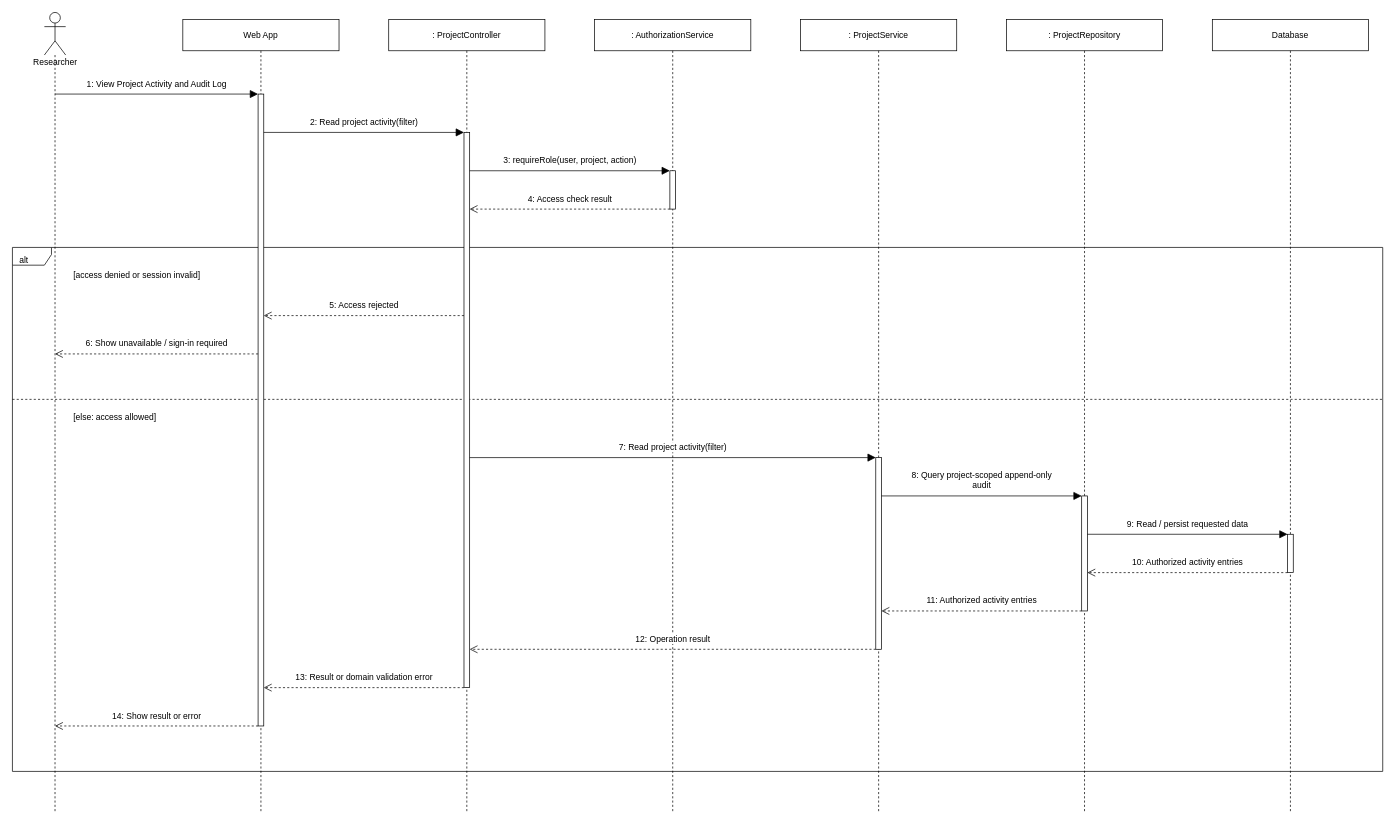
The draw.io diagram page "View Project Activity and Audit Log" (11 of 12) of diagrams/08-sequence/02-project-workspace/Sequence-Diagrams-Project-Workspace.drawio in openai-scientist/docs, before the edit. Source tidied: cells renumbered, new cells numbered last; positions are measured from the earlier drawing's top-left corner, leaving out a move shared by most shapes. Both pictures are drawn from the tidied source at 71%, with x=0, y=0 at pixel (12, 12).
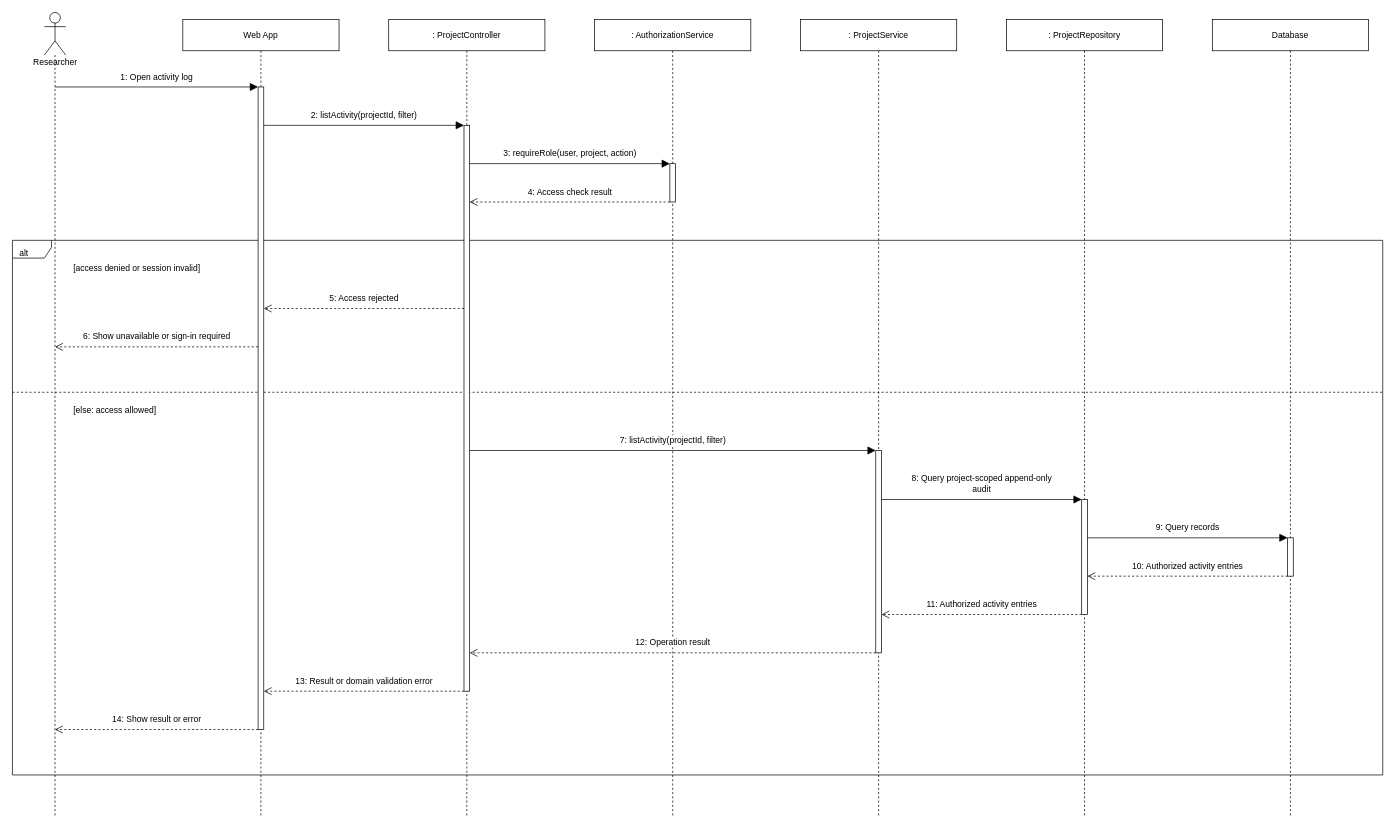
The same page after the edit.

Diff of the diagram source:
```diff
@@
     <mxCell id="2" value="alt" style="html=1;fontFamily=Arial;fontSize=12;fontColor=#000000;strokeColor=#000000;strokeWidth=1;fillColor=#FFFFFF;shape=umlFrame;fillColor=none;width=55;height=25;align=left;verticalAlign=top;spacingLeft=8;spacingTop=5;" parent="1" vertex="1">
-      <mxGeometry y="331" width="1930" height="738" as="geometry" />
+      <mxGeometry y="321" width="1930" height="753" as="geometry" />
     </mxCell>
     <mxCell id="3" value="[access denied or session invalid]" style="html=1;fontFamily=Arial;fontSize=12;fontColor=#000000;strokeColor=#000000;strokeWidth=1;fillColor=#FFFFFF;text;strokeColor=none;fillColor=none;align=left;verticalAlign=top;" parent="1" vertex="1">
-      <mxGeometry x="84" y="357" width="1831" height="30" as="geometry" />
+      <mxGeometry x="84" y="347" width="1831" height="30" as="geometry" />
     </mxCell>
     <mxCell id="4" value="[else: access allowed]" style="html=1;fontFamily=Arial;fontSize=12;fontColor=#000000;strokeColor=#000000;strokeWidth=1;fillColor=#FFFFFF;text;strokeColor=none;fillColor=none;align=left;verticalAlign=top;" parent="1" vertex="1">
-      <mxGeometry x="84" y="557" width="1831" height="30" as="geometry" />
+      <mxGeometry x="84" y="547" width="1831" height="30" as="geometry" />
     </mxCell>
     <mxCell id="5" style="html=1;fontFamily=Arial;fontSize=12;fontColor=#000000;strokeColor=#000000;strokeWidth=1;fillColor=#FFFFFF;dashed=1;endArrow=none;" parent="1" edge="1">
       <mxGeometry relative="1" as="geometry">
-        <mxPoint y="545" as="sourcePoint" />
-        <mxPoint x="1930" y="545" as="targetPoint" />
+        <mxPoint y="535" as="sourcePoint" />
+        <mxPoint x="1930" y="535" as="targetPoint" />
       </mxGeometry>
     </mxCell>
     <mxCell id="6" value="Researcher" style="html=1;fontFamily=Arial;fontSize=12;fontColor=#000000;strokeColor=#000000;strokeWidth=1;fillColor=#FFFFFF;shape=umlLifeline;participant=umlActor;size=60;perimeter=lifelinePerimeter;verticalAlign=bottom;spacingBottom=-20;" parent="1" vertex="1">
-      <mxGeometry x="45" width="30" height="1127" as="geometry" />
+      <mxGeometry x="45" width="30" height="1132" as="geometry" />
     </mxCell>
     <mxCell id="7" value="Web App" style="html=1;fontFamily=Arial;fontSize=12;fontColor=#000000;strokeColor=#000000;strokeWidth=1;fillColor=#FFFFFF;shape=umlLifeline;size=44;perimeter=lifelinePerimeter;whiteSpace=wrap;" parent="1" vertex="1">
-      <mxGeometry x="240" y="10" width="220" height="1117" as="geometry" />
+      <mxGeometry x="240" y="10" width="220" height="1122" as="geometry" />
     </mxCell>
     <mxCell id="8" value=": ProjectController" style="html=1;fontFamily=Arial;fontSize=12;fontColor=#000000;strokeColor=#000000;strokeWidth=1;fillColor=#FFFFFF;shape=umlLifeline;size=44;perimeter=lifelinePerimeter;whiteSpace=wrap;" parent="1" vertex="1">
-      <mxGeometry x="530" y="10" width="220" height="1117" as="geometry" />
+      <mxGeometry x="530" y="10" width="220" height="1122" as="geometry" />
     </mxCell>
     <mxCell id="9" value=": AuthorizationService" style="html=1;fontFamily=Arial;fontSize=12;fontColor=#000000;strokeColor=#000000;strokeWidth=1;fillColor=#FFFFFF;shape=umlLifeline;size=44;perimeter=lifelinePerimeter;whiteSpace=wrap;" parent="1" vertex="1">
-      <mxGeometry x="820" y="10" width="220" height="1117" as="geometry" />
+      <mxGeometry x="820" y="10" width="220" height="1122" as="geometry" />
     </mxCell>
     <mxCell id="10" value=": ProjectService" style="html=1;fontFamily=Arial;fontSize=12;fontColor=#000000;strokeColor=#000000;strokeWidth=1;fillColor=#FFFFFF;shape=umlLifeline;size=44;perimeter=lifelinePerimeter;whiteSpace=wrap;" parent="1" vertex="1">
-      <mxGeometry x="1110" y="10" width="220" height="1117" as="geometry" />
+      <mxGeometry x="1110" y="10" width="220" height="1122" as="geometry" />
     </mxCell>
     <mxCell id="11" value=": ProjectRepository" style="html=1;fontFamily=Arial;fontSize=12;fontColor=#000000;strokeColor=#000000;strokeWidth=1;fillColor=#FFFFFF;shape=umlLifeline;size=44;perimeter=lifelinePerimeter;whiteSpace=wrap;" parent="1" vertex="1">
-      <mxGeometry x="1400" y="10" width="220" height="1117" as="geometry" />
+      <mxGeometry x="1400" y="10" width="220" height="1122" as="geometry" />
     </mxCell>
     <mxCell id="12" value="Database" style="html=1;fontFamily=Arial;fontSize=12;fontColor=#000000;strokeColor=#000000;strokeWidth=1;fillColor=#FFFFFF;shape=umlLifeline;size=44;perimeter=lifelinePerimeter;whiteSpace=wrap;" parent="1" vertex="1">
-      <mxGeometry x="1690" y="10" width="220" height="1117" as="geometry" />
+      <mxGeometry x="1690" y="10" width="220" height="1122" as="geometry" />
     </mxCell>
     <mxCell id="13" style="html=1;fontFamily=Arial;fontSize=12;fontColor=#000000;strokeColor=#000000;strokeWidth=1;fillColor=#FFFFFF;" parent="7" vertex="1">
-      <mxGeometry x="106" y="105" width="8" height="890" as="geometry" />
+      <mxGeometry x="106" y="95" width="8" height="905" as="geometry" />
     </mxCell>
     <mxCell id="14" style="html=1;fontFamily=Arial;fontSize=12;fontColor=#000000;strokeColor=#000000;strokeWidth=1;fillColor=#FFFFFF;" parent="8" vertex="1">
-      <mxGeometry x="106" y="159" width="8" height="782" as="geometry" />
+      <mxGeometry x="106" y="149" width="8" height="797" as="geometry" />
     </mxCell>
     <mxCell id="15" style="html=1;fontFamily=Arial;fontSize=12;fontColor=#000000;strokeColor=#000000;strokeWidth=1;fillColor=#FFFFFF;" parent="9" vertex="1">
-      <mxGeometry x="106" y="213" width="8" height="54" as="geometry" />
+      <mxGeometry x="106" y="203" width="8" height="54" as="geometry" />
     </mxCell>
     <mxCell id="16" style="html=1;fontFamily=Arial;fontSize=12;fontColor=#000000;strokeColor=#000000;strokeWidth=1;fillColor=#FFFFFF;" parent="10" vertex="1">
-      <mxGeometry x="106" y="617" width="8" height="270" as="geometry" />
+      <mxGeometry x="106" y="607" width="8" height="285" as="geometry" />
     </mxCell>
     <mxCell id="17" style="html=1;fontFamily=Arial;fontSize=12;fontColor=#000000;strokeColor=#000000;strokeWidth=1;fillColor=#FFFFFF;" parent="11" vertex="1">
-      <mxGeometry x="106" y="671" width="8" height="162" as="geometry" />
+      <mxGeometry x="106" y="676" width="8" height="162" as="geometry" />
     </mxCell>
     <mxCell id="18" style="html=1;fontFamily=Arial;fontSize=12;fontColor=#000000;strokeColor=#000000;strokeWidth=1;fillColor=#FFFFFF;" parent="12" vertex="1">
-      <mxGeometry x="106" y="725" width="8" height="54" as="geometry" />
+      <mxGeometry x="106" y="730" width="8" height="54" as="geometry" />
     </mxCell>
-    <mxCell id="19" value="1: View Project Activity and Audit Log" style="html=1;fontFamily=Arial;fontSize=12;fontColor=#000000;strokeColor=#000000;strokeWidth=1;fillColor=#FFFFFF;edgeStyle=none;rounded=0;endSize=9;endArrow=block;endFill=1;labelBackgroundColor=#FFFFFF;verticalAlign=bottom;spacingBottom=5;exitX=0.5;exitY=0.10204081632653061;entryX=0;entryY=0.0;exitPerimeter=0;entryPerimeter=0;" parent="1" edge="1" source="6" target="13">
+    <mxCell id="19" value="1: Open activity log" style="html=1;fontFamily=Arial;fontSize=12;fontColor=#000000;strokeColor=#000000;strokeWidth=1;fillColor=#FFFFFF;edgeStyle=none;rounded=0;endSize=9;endArrow=block;endFill=1;labelBackgroundColor=#FFFFFF;verticalAlign=bottom;spacingBottom=5;exitX=0.5;exitY=0.09275618374558305;entryX=0;entryY=0.0;exitPerimeter=0;entryPerimeter=0;" parent="1" edge="1" source="6" target="13">
       <mxGeometry relative="1" as="geometry" />
     </mxCell>
-    <mxCell id="20" value="2: Read project activity(filter)" style="html=1;fontFamily=Arial;fontSize=12;fontColor=#000000;strokeColor=#000000;strokeWidth=1;fillColor=#FFFFFF;edgeStyle=none;rounded=0;endSize=9;endArrow=block;endFill=1;labelBackgroundColor=#FFFFFF;verticalAlign=bottom;spacingBottom=5;exitX=1;exitY=0.060674157303370786;entryX=0;entryY=0.0;exitPerimeter=0;entryPerimeter=0;" parent="1" edge="1" source="13" target="14">
+    <mxCell id="20" value="2: listActivity(projectId, filter)" style="html=1;fontFamily=Arial;fontSize=12;fontColor=#000000;strokeColor=#000000;strokeWidth=1;fillColor=#FFFFFF;edgeStyle=none;rounded=0;endSize=9;endArrow=block;endFill=1;labelBackgroundColor=#FFFFFF;verticalAlign=bottom;spacingBottom=5;exitX=1;exitY=0.05966850828729282;entryX=0;entryY=0.0;exitPerimeter=0;entryPerimeter=0;" parent="1" edge="1" source="13" target="14">
       <mxGeometry relative="1" as="geometry" />
     </mxCell>
-    <mxCell id="21" value="3: requireRole(user, project, action)" style="html=1;fontFamily=Arial;fontSize=12;fontColor=#000000;strokeColor=#000000;strokeWidth=1;fillColor=#FFFFFF;edgeStyle=none;rounded=0;endSize=9;endArrow=block;endFill=1;labelBackgroundColor=#FFFFFF;verticalAlign=bottom;spacingBottom=5;exitX=1;exitY=0.06905370843989769;entryX=0;entryY=0.0;exitPerimeter=0;entryPerimeter=0;" parent="1" edge="1" source="14" target="15">
+    <mxCell id="21" value="3: requireRole(user, project, action)" style="html=1;fontFamily=Arial;fontSize=12;fontColor=#000000;strokeColor=#000000;strokeWidth=1;fillColor=#FFFFFF;edgeStyle=none;rounded=0;endSize=9;endArrow=block;endFill=1;labelBackgroundColor=#FFFFFF;verticalAlign=bottom;spacingBottom=5;exitX=1;exitY=0.06775407779171895;entryX=0;entryY=0.0;exitPerimeter=0;entryPerimeter=0;" parent="1" edge="1" source="14" target="15">
       <mxGeometry relative="1" as="geometry" />
     </mxCell>
-    <mxCell id="22" value="4: Access check result" style="html=1;fontFamily=Arial;fontSize=12;fontColor=#000000;strokeColor=#000000;strokeWidth=1;fillColor=#FFFFFF;edgeStyle=none;rounded=0;endSize=9;dashed=1;endArrow=open;endFill=0;labelBackgroundColor=#FFFFFF;verticalAlign=bottom;spacingBottom=5;exitX=0;exitY=1.0;entryX=1;entryY=0.13810741687979539;exitPerimeter=0;entryPerimeter=0;" parent="1" edge="1" source="15" target="14">
+    <mxCell id="22" value="4: Access check result" style="html=1;fontFamily=Arial;fontSize=12;fontColor=#000000;strokeColor=#000000;strokeWidth=1;fillColor=#FFFFFF;edgeStyle=none;rounded=0;endSize=9;dashed=1;endArrow=open;endFill=0;labelBackgroundColor=#FFFFFF;verticalAlign=bottom;spacingBottom=5;exitX=0;exitY=1.0;entryX=1;entryY=0.1355081555834379;exitPerimeter=0;entryPerimeter=0;" parent="1" edge="1" source="15" target="14">
       <mxGeometry relative="1" as="geometry" />
     </mxCell>
-    <mxCell id="23" value="5: Access rejected" style="html=1;fontFamily=Arial;fontSize=12;fontColor=#000000;strokeColor=#000000;strokeWidth=1;fillColor=#FFFFFF;edgeStyle=none;rounded=0;endSize=9;dashed=1;endArrow=open;endFill=0;labelBackgroundColor=#FFFFFF;verticalAlign=bottom;spacingBottom=5;exitX=0;exitY=0.329923273657289;entryX=1;entryY=0.350561797752809;exitPerimeter=0;entryPerimeter=0;" parent="1" edge="1" source="14" target="13">
+    <mxCell id="23" value="5: Access rejected" style="html=1;fontFamily=Arial;fontSize=12;fontColor=#000000;strokeColor=#000000;strokeWidth=1;fillColor=#FFFFFF;edgeStyle=none;rounded=0;endSize=9;dashed=1;endArrow=open;endFill=0;labelBackgroundColor=#FFFFFF;verticalAlign=bottom;spacingBottom=5;exitX=0;exitY=0.3237139272271016;entryX=1;entryY=0.3447513812154696;exitPerimeter=0;entryPerimeter=0;" parent="1" edge="1" source="14" target="13">
       <mxGeometry relative="1" as="geometry" />
     </mxCell>
-    <mxCell id="24" value="6: Show unavailable / sign-in required" style="html=1;fontFamily=Arial;fontSize=12;fontColor=#000000;strokeColor=#000000;strokeWidth=1;fillColor=#FFFFFF;edgeStyle=none;rounded=0;endSize=9;dashed=1;endArrow=open;endFill=0;labelBackgroundColor=#FFFFFF;verticalAlign=bottom;spacingBottom=5;exitX=0;exitY=0.41123595505617977;entryX=0.5;entryY=0.42679680567879325;exitPerimeter=0;entryPerimeter=0;" parent="1" edge="1" source="13" target="6">
+    <mxCell id="24" value="6: Show unavailable or sign-in required" style="html=1;fontFamily=Arial;fontSize=12;fontColor=#000000;strokeColor=#000000;strokeWidth=1;fillColor=#FFFFFF;edgeStyle=none;rounded=0;endSize=9;dashed=1;endArrow=open;endFill=0;labelBackgroundColor=#FFFFFF;verticalAlign=bottom;spacingBottom=5;exitX=0;exitY=0.4044198895027624;entryX=0.5;entryY=0.4160777385159011;exitPerimeter=0;entryPerimeter=0;" parent="1" edge="1" source="13" target="6">
       <mxGeometry relative="1" as="geometry" />
     </mxCell>
-    <mxCell id="25" value="7: Read project activity(filter)" style="html=1;fontFamily=Arial;fontSize=12;fontColor=#000000;strokeColor=#000000;strokeWidth=1;fillColor=#FFFFFF;edgeStyle=none;rounded=0;endSize=9;endArrow=block;endFill=1;labelBackgroundColor=#FFFFFF;verticalAlign=bottom;spacingBottom=5;exitX=1;exitY=0.5856777493606138;entryX=0;entryY=0.0;exitPerimeter=0;entryPerimeter=0;" parent="1" edge="1" source="14" target="16">
+    <mxCell id="25" value="7: listActivity(projectId, filter)" style="html=1;fontFamily=Arial;fontSize=12;fontColor=#000000;strokeColor=#000000;strokeWidth=1;fillColor=#FFFFFF;edgeStyle=none;rounded=0;endSize=9;endArrow=block;endFill=1;labelBackgroundColor=#FFFFFF;verticalAlign=bottom;spacingBottom=5;exitX=1;exitY=0.5746549560853199;entryX=0;entryY=0.0;exitPerimeter=0;entryPerimeter=0;" parent="1" edge="1" source="14" target="16">
       <mxGeometry relative="1" as="geometry" />
     </mxCell>
-    <mxCell id="26" value="8: Query project-scoped append-only&lt;br&gt;audit" style="html=1;fontFamily=Arial;fontSize=12;fontColor=#000000;strokeColor=#000000;strokeWidth=1;fillColor=#FFFFFF;edgeStyle=none;rounded=0;endSize=9;endArrow=block;endFill=1;labelBackgroundColor=#FFFFFF;verticalAlign=bottom;spacingBottom=5;exitX=1;exitY=0.2;entryX=0;entryY=0.0;exitPerimeter=0;entryPerimeter=0;" parent="1" edge="1" source="16" target="17">
+    <mxCell id="26" value="8: Query project-scoped append-only&lt;br&gt;audit" style="html=1;fontFamily=Arial;fontSize=12;fontColor=#000000;strokeColor=#000000;strokeWidth=1;fillColor=#FFFFFF;edgeStyle=none;rounded=0;endSize=9;endArrow=block;endFill=1;labelBackgroundColor=#FFFFFF;verticalAlign=bottom;spacingBottom=5;exitX=1;exitY=0.24210526315789474;entryX=0;entryY=0.0;exitPerimeter=0;entryPerimeter=0;" parent="1" edge="1" source="16" target="17">
       <mxGeometry relative="1" as="geometry" />
     </mxCell>
-    <mxCell id="27" value="9: Read / persist requested data" style="html=1;fontFamily=Arial;fontSize=12;fontColor=#000000;strokeColor=#000000;strokeWidth=1;fillColor=#FFFFFF;edgeStyle=none;rounded=0;endSize=9;endArrow=block;endFill=1;labelBackgroundColor=#FFFFFF;verticalAlign=bottom;spacingBottom=5;exitX=1;exitY=0.3333333333333333;entryX=0;entryY=0.0;exitPerimeter=0;entryPerimeter=0;" parent="1" edge="1" source="17" target="18">
+    <mxCell id="27" value="9: Query records" style="html=1;fontFamily=Arial;fontSize=12;fontColor=#000000;strokeColor=#000000;strokeWidth=1;fillColor=#FFFFFF;edgeStyle=none;rounded=0;endSize=9;endArrow=block;endFill=1;labelBackgroundColor=#FFFFFF;verticalAlign=bottom;spacingBottom=5;exitX=1;exitY=0.3333333333333333;entryX=0;entryY=0.0;exitPerimeter=0;entryPerimeter=0;" parent="1" edge="1" source="17" target="18">
       <mxGeometry relative="1" as="geometry" />
     </mxCell>
@@
-    <mxCell id="29" value="11: Authorized activity entries" style="html=1;fontFamily=Arial;fontSize=12;fontColor=#000000;strokeColor=#000000;strokeWidth=1;fillColor=#FFFFFF;edgeStyle=none;rounded=0;endSize=9;dashed=1;endArrow=open;endFill=0;labelBackgroundColor=#FFFFFF;verticalAlign=bottom;spacingBottom=5;exitX=0;exitY=1.0;entryX=1;entryY=0.8;exitPerimeter=0;entryPerimeter=0;" parent="1" edge="1" source="17" target="16">
+    <mxCell id="29" value="11: Authorized activity entries" style="html=1;fontFamily=Arial;fontSize=12;fontColor=#000000;strokeColor=#000000;strokeWidth=1;fillColor=#FFFFFF;edgeStyle=none;rounded=0;endSize=9;dashed=1;endArrow=open;endFill=0;labelBackgroundColor=#FFFFFF;verticalAlign=bottom;spacingBottom=5;exitX=0;exitY=1.0;entryX=1;entryY=0.8105263157894737;exitPerimeter=0;entryPerimeter=0;" parent="1" edge="1" source="17" target="16">
       <mxGeometry relative="1" as="geometry" />
     </mxCell>
-    <mxCell id="30" value="12: Operation result" style="html=1;fontFamily=Arial;fontSize=12;fontColor=#000000;strokeColor=#000000;strokeWidth=1;fillColor=#FFFFFF;edgeStyle=none;rounded=0;endSize=9;dashed=1;endArrow=open;endFill=0;labelBackgroundColor=#FFFFFF;verticalAlign=bottom;spacingBottom=5;exitX=0;exitY=1.0;entryX=1;entryY=0.9309462915601023;exitPerimeter=0;entryPerimeter=0;" parent="1" edge="1" source="16" target="14">
+    <mxCell id="30" value="12: Operation result" style="html=1;fontFamily=Arial;fontSize=12;fontColor=#000000;strokeColor=#000000;strokeWidth=1;fillColor=#FFFFFF;edgeStyle=none;rounded=0;endSize=9;dashed=1;endArrow=open;endFill=0;labelBackgroundColor=#FFFFFF;verticalAlign=bottom;spacingBottom=5;exitX=0;exitY=1.0;entryX=1;entryY=0.9322459222082811;exitPerimeter=0;entryPerimeter=0;" parent="1" edge="1" source="16" target="14">
       <mxGeometry relative="1" as="geometry" />
     </mxCell>
-    <mxCell id="31" value="13: Result or domain validation error" style="html=1;fontFamily=Arial;fontSize=12;fontColor=#000000;strokeColor=#000000;strokeWidth=1;fillColor=#FFFFFF;edgeStyle=none;rounded=0;endSize=9;dashed=1;endArrow=open;endFill=0;labelBackgroundColor=#FFFFFF;verticalAlign=bottom;spacingBottom=5;exitX=0;exitY=1.0;entryX=1;entryY=0.9393258426966292;exitPerimeter=0;entryPerimeter=0;" parent="1" edge="1" source="14" target="13">
+    <mxCell id="31" value="13: Result or domain validation error" style="html=1;fontFamily=Arial;fontSize=12;fontColor=#000000;strokeColor=#000000;strokeWidth=1;fillColor=#FFFFFF;edgeStyle=none;rounded=0;endSize=9;dashed=1;endArrow=open;endFill=0;labelBackgroundColor=#FFFFFF;verticalAlign=bottom;spacingBottom=5;exitX=0;exitY=1.0;entryX=1;entryY=0.9403314917127071;exitPerimeter=0;entryPerimeter=0;" parent="1" edge="1" source="14" target="13">
       <mxGeometry relative="1" as="geometry" />
     </mxCell>
-    <mxCell id="32" value="14: Show result or error" style="html=1;fontFamily=Arial;fontSize=12;fontColor=#000000;strokeColor=#000000;strokeWidth=1;fillColor=#FFFFFF;edgeStyle=none;rounded=0;endSize=9;dashed=1;endArrow=open;endFill=0;labelBackgroundColor=#FFFFFF;verticalAlign=bottom;spacingBottom=5;exitX=0;exitY=1.0;entryX=0.5;entryY=0.8917480035492458;exitPerimeter=0;entryPerimeter=0;" parent="1" edge="1" source="13" target="6">
+    <mxCell id="32" value="14: Show result or error" style="html=1;fontFamily=Arial;fontSize=12;fontColor=#000000;strokeColor=#000000;strokeWidth=1;fillColor=#FFFFFF;edgeStyle=none;rounded=0;endSize=9;dashed=1;endArrow=open;endFill=0;labelBackgroundColor=#FFFFFF;verticalAlign=bottom;spacingBottom=5;exitX=0;exitY=1.0;entryX=0.5;entryY=0.892226148409894;exitPerimeter=0;entryPerimeter=0;" parent="1" edge="1" source="13" target="6">
       <mxGeometry relative="1" as="geometry" />
     </mxCell>
```
